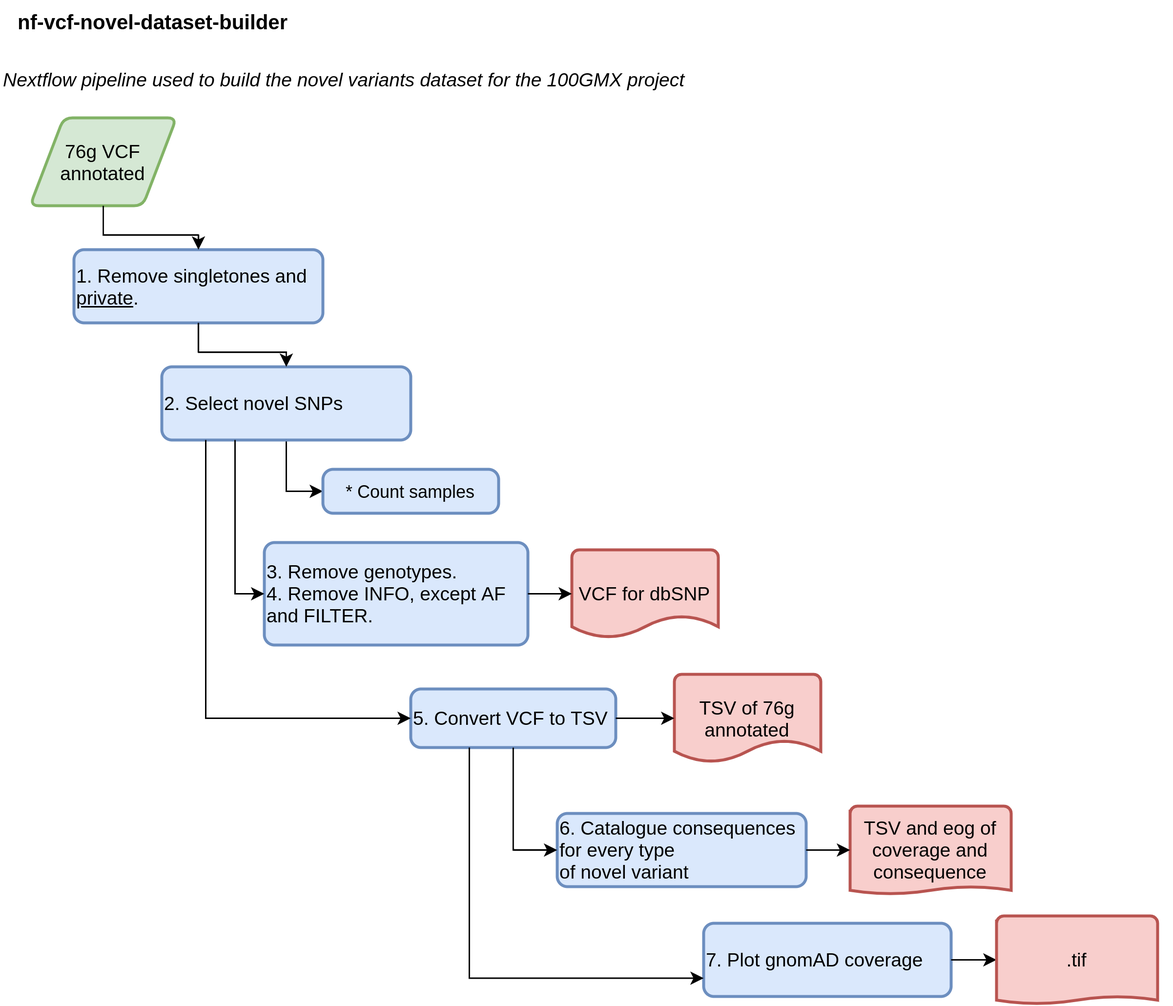
This is dev_notes/Workflow.png from Iaguilaror/nf-vcf-novel-dataset-builder, a draw.io export, as it was before one commit. Source tidied: cells renumbered, new cells last; positions are measured from the earlier drawing's top-left corner, leaving out a move shared by most shapes. The source it was exported from:
```xml
<mxGraphModel>
  <root>
    <mxCell id="0" />
    <mxCell id="1" parent="0" />
    <mxCell id="2" style="group;" parent="1" vertex="1">
      <mxGeometry width="800" height="685" as="geometry" />
    </mxCell>
    <mxCell id="3" style="group;" parent="2" vertex="1">
      <mxGeometry width="800" height="645" as="geometry" />
    </mxCell>
    <mxCell id="4" value="nf-vcf-novel-dataset-builder" style="text;html=1;fontSize=14;fontFamily=Helvetica;fontStyle=1;" parent="3" vertex="1">
      <mxGeometry x="10" width="200" height="30" as="geometry" />
    </mxCell>
    <mxCell id="5" value="Nextflow pipeline used to build the novel variants dataset for the 100GMX project" style="text;html=1;fontSize=13;fontFamily=Helvetica;fontStyle=2;" parent="3" vertex="1">
      <mxGeometry y="40" width="490" height="30" as="geometry" />
    </mxCell>
    <mxCell id="6" value="76g VCF&lt;br&gt;annotated" style="shape=parallelogram;html=1;strokeWidth=2;perimeter=parallelogramPerimeter;whiteSpace=wrap;rounded=1;arcSize=12;size=0.23;fontFamily=Helvetica;fontSize=13;align=center;fillColor=#d5e8d4;strokeColor=#82b366;" parent="3" vertex="1">
      <mxGeometry x="20" y="80" width="100" height="60" as="geometry" />
    </mxCell>
    <mxCell id="7" value="1. Remove singletones and &lt;u&gt;private&lt;/u&gt;." style="rounded=1;whiteSpace=wrap;html=1;absoluteArcSize=1;arcSize=14;strokeWidth=2;fontFamily=Helvetica;fontSize=13;align=left;fillColor=#dae8fc;strokeColor=#6c8ebf;" parent="3" vertex="1">
      <mxGeometry x="50" y="170" width="170" height="50" as="geometry" />
    </mxCell>
    <mxCell id="8" style="edgeStyle=orthogonalEdgeStyle;rounded=0;jettySize=auto;html=1;fontFamily=Helvetica;fontSize=13;" parent="3" edge="1" source="6" target="7">
      <mxGeometry relative="1" as="geometry" />
    </mxCell>
    <mxCell id="9" style="edgeStyle=orthogonalEdgeStyle;rounded=0;jettySize=auto;html=1;" parent="3" edge="1" source="10" target="27">
      <mxGeometry relative="1" as="geometry">
        <Array as="points">
          <mxPoint x="195" y="335" />
        </Array>
      </mxGeometry>
    </mxCell>
    <mxCell id="10" value="2. Select novel SNPs" style="rounded=1;whiteSpace=wrap;html=1;absoluteArcSize=1;arcSize=14;strokeWidth=2;fontFamily=Helvetica;fontSize=13;align=left;fillColor=#dae8fc;strokeColor=#6c8ebf;" parent="3" vertex="1">
      <mxGeometry x="110" y="250" width="170" height="50" as="geometry" />
    </mxCell>
    <mxCell id="11" style="edgeStyle=orthogonalEdgeStyle;rounded=0;jettySize=auto;html=1;fontFamily=Helvetica;fontSize=13;" parent="3" edge="1" source="7" target="10">
      <mxGeometry relative="1" as="geometry" />
    </mxCell>
    <mxCell id="12" value="3. Remove genotypes.&lt;br&gt;4. Remove INFO, except AF and FILTER." style="rounded=1;whiteSpace=wrap;html=1;absoluteArcSize=1;arcSize=14;strokeWidth=2;fontFamily=Helvetica;fontSize=13;align=left;fillColor=#dae8fc;strokeColor=#6c8ebf;" parent="3" vertex="1">
      <mxGeometry x="180" y="370" width="180" height="70" as="geometry" />
    </mxCell>
    <mxCell id="13" style="edgeStyle=orthogonalEdgeStyle;rounded=0;jettySize=auto;html=1;fontFamily=Helvetica;fontSize=13;" parent="3" edge="1" source="10" target="12">
      <mxGeometry relative="1" as="geometry">
        <Array as="points">
          <mxPoint x="160" y="405" />
        </Array>
      </mxGeometry>
    </mxCell>
    <mxCell id="14" value="5. Convert VCF to TSV" style="rounded=1;whiteSpace=wrap;html=1;absoluteArcSize=1;arcSize=14;strokeWidth=2;fontFamily=Helvetica;fontSize=13;align=left;fillColor=#dae8fc;strokeColor=#6c8ebf;" parent="3" vertex="1">
      <mxGeometry x="280" y="470" width="140" height="40" as="geometry" />
    </mxCell>
    <mxCell id="15" style="edgeStyle=orthogonalEdgeStyle;rounded=0;jettySize=auto;html=1;fontFamily=Helvetica;fontSize=13;" parent="3" edge="1" source="10" target="14">
      <mxGeometry relative="1" as="geometry">
        <Array as="points">
          <mxPoint x="140" y="490" />
        </Array>
      </mxGeometry>
    </mxCell>
    <mxCell id="16" value="6. C&lt;span style=&quot;white-space: nowrap&quot;&gt;atalogue consequences&lt;br&gt;for every type&lt;br&gt;of novel variant&lt;/span&gt;" style="rounded=1;whiteSpace=wrap;html=1;absoluteArcSize=1;arcSize=14;strokeWidth=2;fontFamily=Helvetica;fontSize=13;align=left;fillColor=#dae8fc;strokeColor=#6c8ebf;" parent="3" vertex="1">
      <mxGeometry x="380" y="555" width="170" height="50" as="geometry" />
    </mxCell>
    <mxCell id="17" style="edgeStyle=orthogonalEdgeStyle;rounded=0;jettySize=auto;html=1;fontFamily=Helvetica;fontSize=13;" parent="3" edge="1" source="14" target="16">
      <mxGeometry relative="1" as="geometry">
        <Array as="points">
          <mxPoint x="350" y="580" />
        </Array>
      </mxGeometry>
    </mxCell>
    <mxCell id="18" value="7. Plot gnomAD coverage" style="rounded=1;whiteSpace=wrap;html=1;absoluteArcSize=1;arcSize=14;strokeWidth=2;fontFamily=Helvetica;fontSize=13;align=left;fillColor=#dae8fc;strokeColor=#6c8ebf;" parent="3" vertex="1">
      <mxGeometry x="480" y="630" width="169" height="50" as="geometry" />
    </mxCell>
    <mxCell id="19" style="edgeStyle=orthogonalEdgeStyle;rounded=0;jettySize=auto;html=1;entryX=0;entryY=0.75;entryDx=0;entryDy=0;fontFamily=Helvetica;fontSize=13;" parent="3" edge="1" source="14" target="18">
      <mxGeometry relative="1" as="geometry">
        <Array as="points">
          <mxPoint x="320" y="668" />
        </Array>
      </mxGeometry>
    </mxCell>
    <mxCell id="20" value="VCF for dbSNP" style="strokeWidth=2;html=1;shape=mxgraph.flowchart.document2;whiteSpace=wrap;size=0.25;fontFamily=Helvetica;fontSize=13;align=center;fillColor=#f8cecc;strokeColor=#b85450;" parent="3" vertex="1">
      <mxGeometry x="390" y="375" width="100" height="60" as="geometry" />
    </mxCell>
    <mxCell id="21" style="edgeStyle=orthogonalEdgeStyle;rounded=0;jettySize=auto;html=1;fontFamily=Helvetica;fontSize=13;" parent="3" edge="1" source="12" target="20">
      <mxGeometry relative="1" as="geometry" />
    </mxCell>
    <mxCell id="22" value="TSV of 76g annotated" style="strokeWidth=2;html=1;shape=mxgraph.flowchart.document2;whiteSpace=wrap;size=0.25;fontFamily=Helvetica;fontSize=13;align=center;fillColor=#f8cecc;strokeColor=#b85450;" parent="3" vertex="1">
      <mxGeometry x="460" y="460" width="100" height="60" as="geometry" />
    </mxCell>
    <mxCell id="23" style="edgeStyle=orthogonalEdgeStyle;rounded=0;jettySize=auto;html=1;fontFamily=Helvetica;fontSize=13;" parent="3" edge="1" source="14" target="22">
      <mxGeometry relative="1" as="geometry" />
    </mxCell>
    <mxCell id="24" value="TSV and eog of coverage and consequence" style="strokeWidth=2;html=1;shape=mxgraph.flowchart.document2;whiteSpace=wrap;size=0.08333333333333333;fontFamily=Helvetica;fontSize=13;align=center;fillColor=#f8cecc;strokeColor=#b85450;" parent="3" vertex="1">
      <mxGeometry x="580" y="550" width="110" height="60" as="geometry" />
    </mxCell>
    <mxCell id="25" style="edgeStyle=orthogonalEdgeStyle;rounded=0;jettySize=auto;html=1;fontFamily=Helvetica;fontSize=13;" parent="3" edge="1" source="16" target="24">
      <mxGeometry relative="1" as="geometry" />
    </mxCell>
    <mxCell id="26" style="edgeStyle=orthogonalEdgeStyle;rounded=0;jettySize=auto;html=1;fontFamily=Helvetica;fontSize=13;" parent="3" edge="1" source="18">
      <mxGeometry relative="1" as="geometry">
        <mxPoint x="680" y="655" as="targetPoint" />
      </mxGeometry>
    </mxCell>
    <mxCell id="27" value="* Count samples" style="rounded=1;whiteSpace=wrap;html=1;absoluteArcSize=1;arcSize=14;strokeWidth=2;fillColor=#dae8fc;strokeColor=#6c8ebf;" parent="3" vertex="1">
      <mxGeometry x="220" y="320" width="120" height="30" as="geometry" />
    </mxCell>
    <mxCell id="28" value=".tif" style="strokeWidth=2;html=1;shape=mxgraph.flowchart.document2;whiteSpace=wrap;size=0.08333333333333333;fontFamily=Helvetica;fontSize=13;align=center;fillColor=#f8cecc;strokeColor=#b85450;" parent="2" vertex="1">
      <mxGeometry x="680" y="625" width="110" height="60" as="geometry" />
    </mxCell>
  </root>
</mxGraphModel>
```
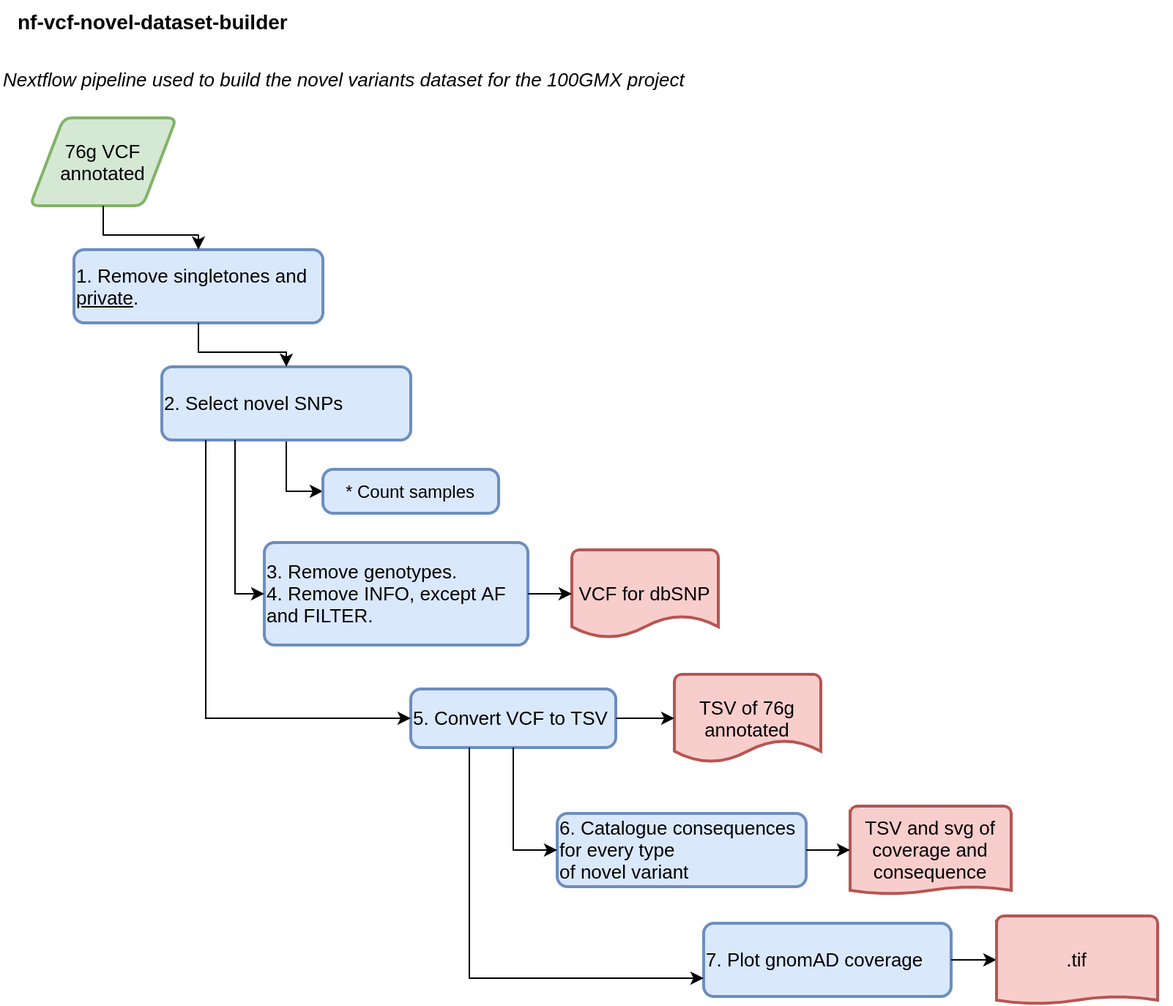
Above is the later version.

Commit message:
Modifying workflow

Change to the diagram source:
```diff
@@ -88,7 +88,7 @@
     <mxCell id="23" style="edgeStyle=orthogonalEdgeStyle;rounded=0;jettySize=auto;html=1;fontFamily=Helvetica;fontSize=13;" parent="3" edge="1" source="14" target="22">
       <mxGeometry relative="1" as="geometry" />
     </mxCell>
-    <mxCell id="24" value="TSV and eog of coverage and consequence" style="strokeWidth=2;html=1;shape=mxgraph.flowchart.document2;whiteSpace=wrap;size=0.08333333333333333;fontFamily=Helvetica;fontSize=13;align=center;fillColor=#f8cecc;strokeColor=#b85450;" parent="3" vertex="1">
+    <mxCell id="24" value="TSV and svg of coverage and consequence" style="strokeWidth=2;html=1;shape=mxgraph.flowchart.document2;whiteSpace=wrap;size=0.08333333333333333;fontFamily=Helvetica;fontSize=13;align=center;fillColor=#f8cecc;strokeColor=#b85450;" parent="3" vertex="1">
       <mxGeometry x="580" y="550" width="110" height="60" as="geometry" />
     </mxCell>
     <mxCell id="25" style="edgeStyle=orthogonalEdgeStyle;rounded=0;jettySize=auto;html=1;fontFamily=Helvetica;fontSize=13;" parent="3" edge="1" source="16" target="24">
```
